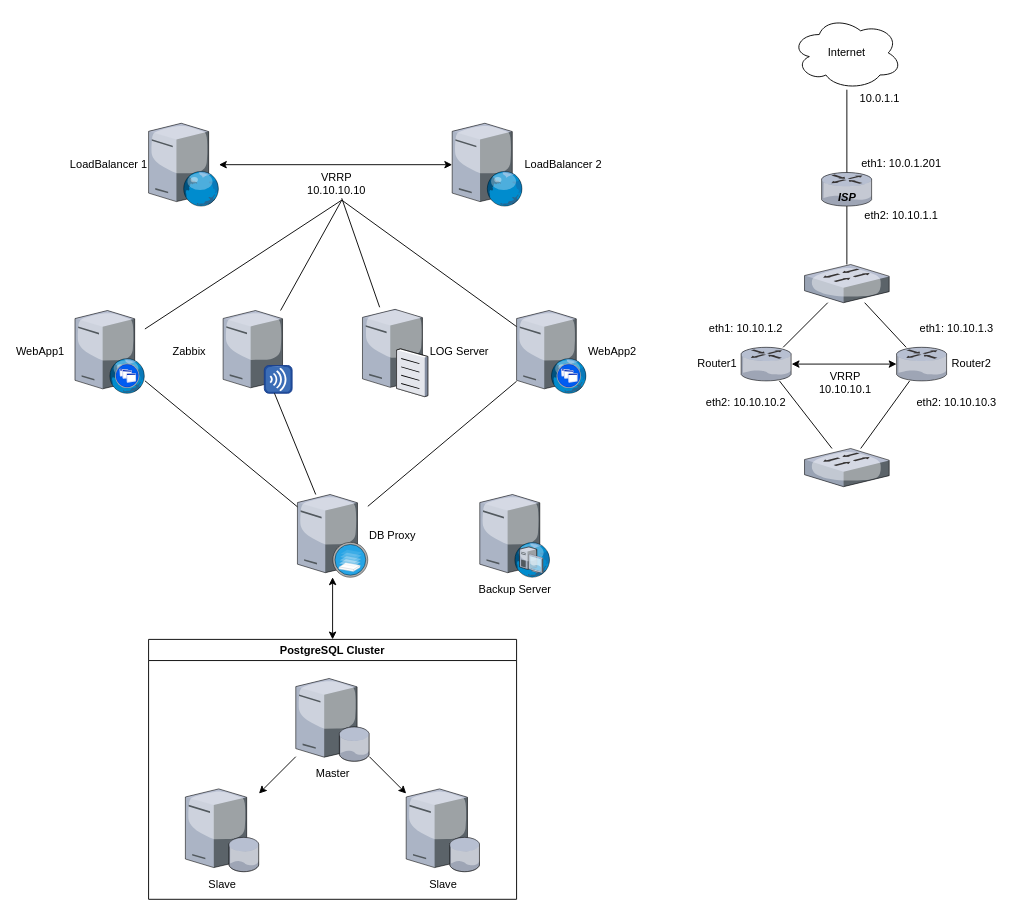
The draw.io diagram MainDiagram.drawio in OSPFS/OTUS-FINAL-PROJECT, before the edit. Source tidied: cells renumbered, new cells numbered last; positions are measured from the earlier drawing's top-left corner, leaving out a move shared by most shapes. Both pictures are drawn from the tidied source at 92%, with x=0, y=0 at pixel (75, 16).
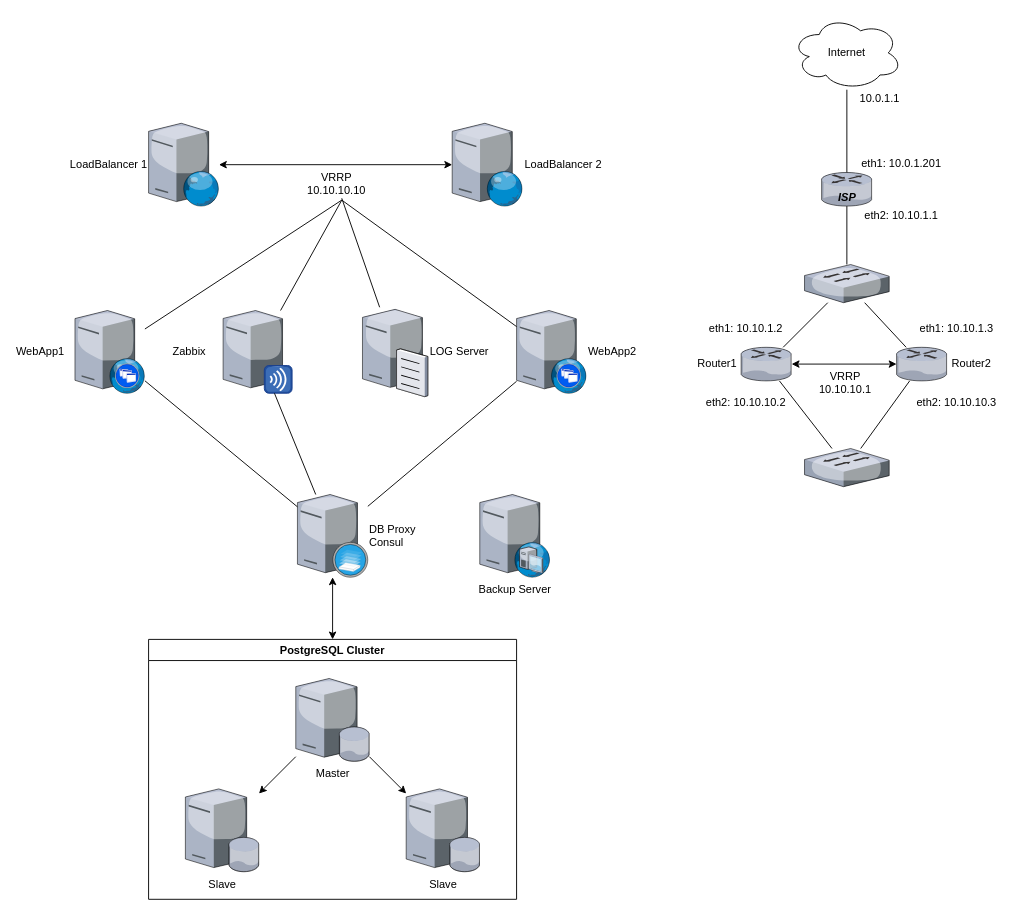
Above is the later version.

Diff of the diagram source:
```diff
@@
-    <mxCell id="8" value="&lt;div&gt;DB Proxy&lt;/div&gt;" style="verticalLabelPosition=middle;html=1;verticalAlign=middle;strokeColor=none;align=left;outlineConnect=0;shape=mxgraph.citrix.xenserver;labelPosition=right;" parent="1" vertex="1">
+    <mxCell id="8" value="&lt;div&gt;DB Proxy&lt;/div&gt;&lt;div&gt;Consul&lt;/div&gt;" style="verticalLabelPosition=middle;html=1;verticalAlign=middle;strokeColor=none;align=left;outlineConnect=0;shape=mxgraph.citrix.xenserver;labelPosition=right;" parent="1" vertex="1">
       <mxGeometry x="241.8" y="520" width="76.5" height="90" as="geometry" />
     </mxCell>
```
